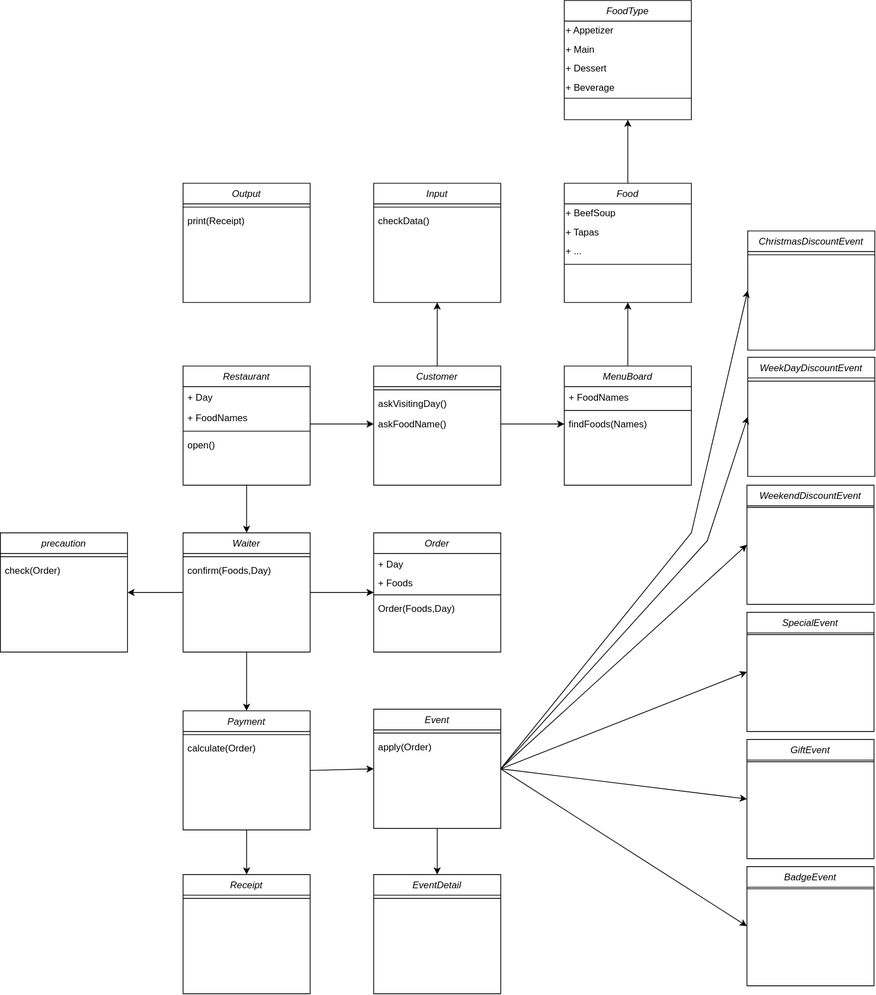
kchsoft/java-christmas-6-kchsoft keeps this draw.io diagram as docs/ClassDiagram.drawio.svg. Above is the earlier version. Source tidied: cells renumbered, new cells last; positions are measured from the earlier drawing's top-left corner, leaving out a move shared by most shapes.
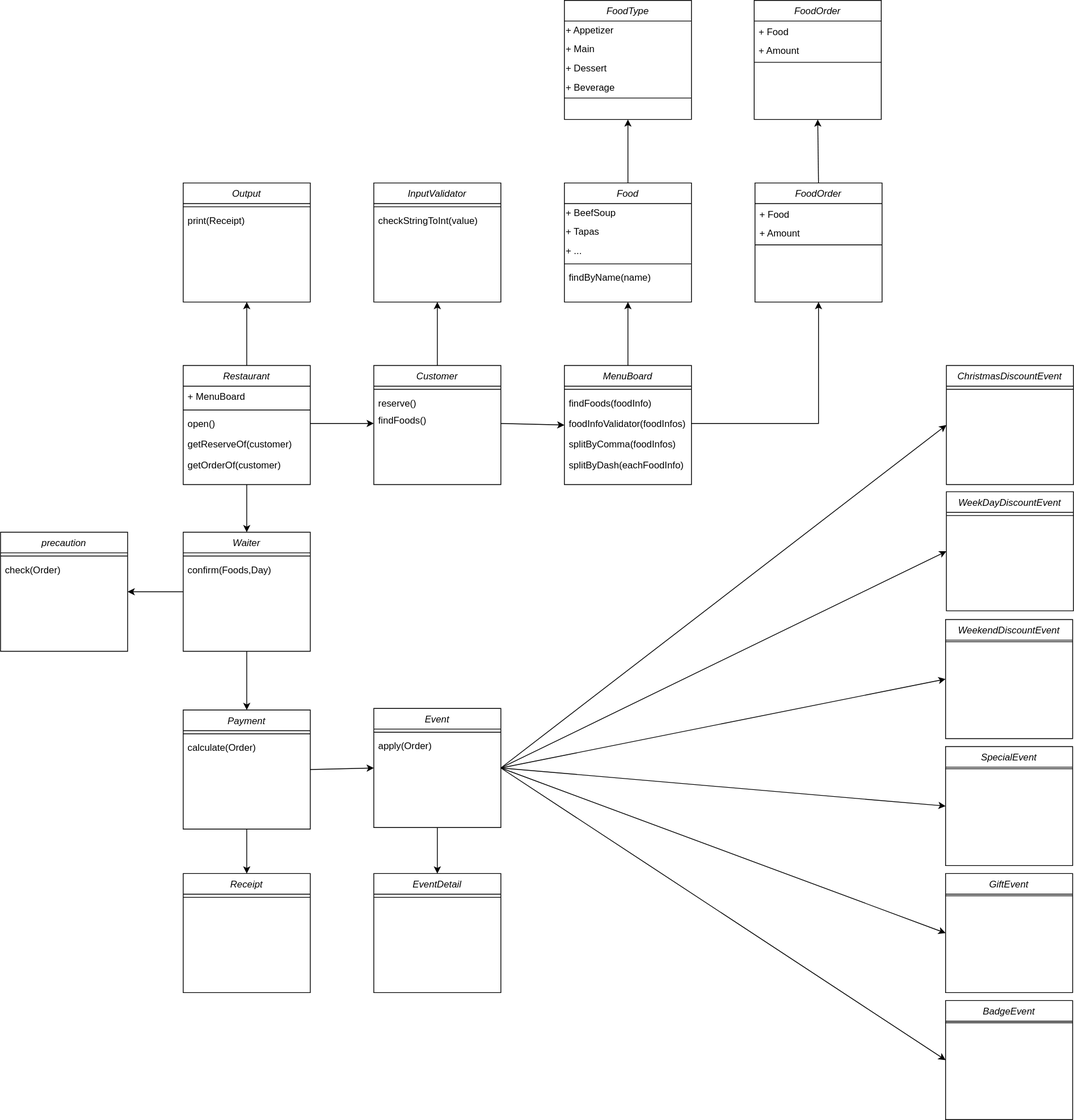
The same file after the commit.

Commit message:
docs(design) : modify class diagram

- Reflect object relationship

Change to the diagram source:
```diff
@@ -5,51 +5,60 @@
     <mxCell id="2" value="Restaurant" style="swimlane;fontStyle=2;align=center;verticalAlign=top;horizontal=1;startSize=26;rounded=0;shadow=0;strokeWidth=1;" parent="1" vertex="1">
       <mxGeometry x="230" y="460" width="160" height="150" as="geometry" />
     </mxCell>
-    <mxCell id="3" value="+ Day" style="text;align=left;verticalAlign=top;spacingLeft=4;spacingRight=4;overflow=hidden;" parent="2" vertex="1">
-      <mxGeometry y="26" width="160" height="26" as="geometry" />
-    </mxCell>
-    <mxCell id="4" value="+ FoodNames" style="text;align=left;verticalAlign=top;spacingLeft=4;spacingRight=4;overflow=hidden;points=[[0,0.5],[1,0.5]];portConstraint=eastwest;rounded=0;shadow=0;html=0;" parent="2" vertex="1">
-      <mxGeometry y="52" width="160" height="26" as="geometry" />
+    <mxCell id="4" value="+ MenuBoard" style="text;align=left;verticalAlign=top;spacingLeft=4;spacingRight=4;overflow=hidden;points=[[0,0.5],[1,0.5]];portConstraint=eastwest;rounded=0;shadow=0;html=0;" parent="2" vertex="1">
+      <mxGeometry y="26" width="160" height="26" as="geometry" />
     </mxCell>
     <mxCell id="5" style="line;html=1;strokeWidth=1;align=left;verticalAlign=middle;spacingTop=-1;spacingLeft=3;spacingRight=3;labelPosition=right;" parent="2" vertex="1">
-      <mxGeometry y="78" width="160" height="8" as="geometry" />
+      <mxGeometry y="52" width="160" height="8" as="geometry" />
     </mxCell>
     <mxCell id="6" value="open()" style="text;align=left;verticalAlign=top;spacingLeft=4;spacingRight=4;overflow=hidden;points=[[0,0.5],[1,0.5]];portConstraint=eastwest;" parent="2" vertex="1">
-      <mxGeometry y="86" width="160" height="26" as="geometry" />
+      <mxGeometry y="60" width="160" height="26" as="geometry" />
     </mxCell>
+    <mxCell id="83" value="getReserveOf(customer)" style="text;align=left;verticalAlign=top;spacingLeft=4;spacingRight=4;overflow=hidden;" parent="2" vertex="1">
+      <mxGeometry y="86" width="160" height="26" as="geometry" />
+    </mxCell>
+    <mxCell id="84" value="getOrderOf(customer)" style="text;align=left;verticalAlign=top;spacingLeft=4;spacingRight=4;overflow=hidden;" parent="2" vertex="1">
+      <mxGeometry y="112" width="160" height="26" as="geometry" />
+    </mxCell>
     <mxCell id="7" value="Customer" style="swimlane;fontStyle=2;align=center;verticalAlign=top;horizontal=1;startSize=26;rounded=0;shadow=0;strokeWidth=1;" parent="1" vertex="1">
       <mxGeometry x="470" y="460" width="160" height="150" as="geometry" />
     </mxCell>
     <mxCell id="8" style="line;html=1;strokeWidth=1;align=left;verticalAlign=middle;spacingTop=-1;spacingLeft=3;spacingRight=3;labelPosition=right;" parent="7" vertex="1">
       <mxGeometry y="26" width="160" height="8" as="geometry" />
     </mxCell>
-    <mxCell id="9" value="askVisitingDay()" style="text;align=left;verticalAlign=top;spacingLeft=4;spacingRight=4;overflow=hidden;" parent="7" vertex="1">
-      <mxGeometry y="34" width="160" height="26" as="geometry" />
-    </mxCell>
+    <mxCell id="85" value="reserve()" style="text;align=left;verticalAlign=top;spacingLeft=4;spacingRight=4;overflow=hidden;" parent="7" vertex="1">
+      <mxGeometry y="34" width="160" height="22" as="geometry" />
+    </mxCell>
-    <mxCell id="10" value="askFoodName()" style="text;align=left;verticalAlign=top;spacingLeft=4;spacingRight=4;overflow=hidden;points=[[0,0.5],[1,0.5]];portConstraint=eastwest;" parent="7" vertex="1">
-      <mxGeometry y="60" width="160" height="26" as="geometry" />
+    <mxCell id="10" value="findFoods()" style="text;align=left;verticalAlign=top;spacingLeft=4;spacingRight=4;overflow=hidden;points=[[0,0.5],[1,0.5]];portConstraint=eastwest;" parent="7" vertex="1">
+      <mxGeometry y="56" width="160" height="26" as="geometry" />
     </mxCell>
-    <mxCell id="11" value="Input" style="swimlane;fontStyle=2;align=center;verticalAlign=top;horizontal=1;startSize=26;rounded=0;shadow=0;strokeWidth=1;" parent="1" vertex="1">
+    <mxCell id="11" value="InputValidator" style="swimlane;fontStyle=2;align=center;verticalAlign=top;horizontal=1;startSize=26;rounded=0;shadow=0;strokeWidth=1;" parent="1" vertex="1">
       <mxGeometry x="470" y="230" width="160" height="150" as="geometry" />
     </mxCell>
     <mxCell id="12" style="line;html=1;strokeWidth=1;align=left;verticalAlign=middle;spacingTop=-1;spacingLeft=3;spacingRight=3;labelPosition=right;" parent="11" vertex="1">
       <mxGeometry y="26" width="160" height="8" as="geometry" />
     </mxCell>
-    <mxCell id="13" value="checkData()" style="text;align=left;verticalAlign=top;spacingLeft=4;spacingRight=4;overflow=hidden;" parent="11" vertex="1">
+    <mxCell id="13" value="checkStringToInt(value)" style="text;align=left;verticalAlign=top;spacingLeft=4;spacingRight=4;overflow=hidden;" parent="11" vertex="1">
       <mxGeometry y="34" width="160" height="26" as="geometry" />
     </mxCell>
     <mxCell id="14" value="MenuBoard" style="swimlane;fontStyle=2;align=center;verticalAlign=top;horizontal=1;startSize=26;rounded=0;shadow=0;strokeWidth=1;" parent="1" vertex="1">
       <mxGeometry x="710" y="460" width="160" height="150" as="geometry" />
     </mxCell>
-    <mxCell id="15" value="+ FoodNames" style="text;align=left;verticalAlign=top;spacingLeft=4;spacingRight=4;overflow=hidden;" parent="14" vertex="1">
-      <mxGeometry y="26" width="160" height="26" as="geometry" />
-    </mxCell>
     <mxCell id="16" style="line;html=1;strokeWidth=1;align=left;verticalAlign=middle;spacingTop=-1;spacingLeft=3;spacingRight=3;labelPosition=right;" parent="14" vertex="1">
-      <mxGeometry y="52" width="160" height="8" as="geometry" />
+      <mxGeometry y="26" width="160" height="8" as="geometry" />
     </mxCell>
-    <mxCell id="17" value="findFoods(Names)" style="text;align=left;verticalAlign=top;spacingLeft=4;spacingRight=4;overflow=hidden;points=[[0,0.5],[1,0.5]];portConstraint=eastwest;" parent="14" vertex="1">
-      <mxGeometry y="60" width="160" height="26" as="geometry" />
+    <mxCell id="17" value="findFoods(foodInfo)" style="text;align=left;verticalAlign=top;spacingLeft=4;spacingRight=4;overflow=hidden;points=[[0,0.5],[1,0.5]];portConstraint=eastwest;" parent="14" vertex="1">
+      <mxGeometry y="34" width="160" height="26" as="geometry" />
     </mxCell>
+    <mxCell id="86" value="foodInfoValidator(foodInfos)" style="text;align=left;verticalAlign=top;spacingLeft=4;spacingRight=4;overflow=hidden;points=[[0,0.5],[1,0.5]];portConstraint=eastwest;" parent="14" vertex="1">
+      <mxGeometry y="60" width="160" height="26" as="geometry" />
+    </mxCell>
+    <mxCell id="87" value="splitByComma(foodInfos)" style="text;align=left;verticalAlign=top;spacingLeft=4;spacingRight=4;overflow=hidden;" parent="14" vertex="1">
+      <mxGeometry y="86" width="160" height="26" as="geometry" />
+    </mxCell>
+    <mxCell id="88" value="splitByDash(eachFoodInfo)" style="text;align=left;verticalAlign=top;spacingLeft=4;spacingRight=4;overflow=hidden;" parent="14" vertex="1">
+      <mxGeometry y="112" width="160" height="26" as="geometry" />
+    </mxCell>
     <mxCell id="18" value="Food" style="swimlane;fontStyle=2;align=center;verticalAlign=top;horizontal=1;startSize=26;rounded=0;shadow=0;strokeWidth=1;" parent="1" vertex="1">
       <mxGeometry x="710" y="230" width="160" height="150" as="geometry" />
     </mxCell>
@@ -65,6 +74,9 @@
     <mxCell id="22" style="line;html=1;strokeWidth=1;align=left;verticalAlign=middle;spacingTop=-1;spacingLeft=3;spacingRight=3;labelPosition=right;" parent="18" vertex="1">
       <mxGeometry y="98" width="160" height="8" as="geometry" />
     </mxCell>
+    <mxCell id="89" value="findByName(name)" style="text;align=left;verticalAlign=top;spacingLeft=4;spacingRight=4;overflow=hidden;" parent="18" vertex="1">
+      <mxGeometry y="106" width="160" height="26" as="geometry" />
+    </mxCell>
     <mxCell id="23" value="FoodType" style="swimlane;fontStyle=2;align=center;verticalAlign=top;horizontal=1;startSize=26;rounded=0;shadow=0;strokeWidth=1;" parent="1" vertex="1">
       <mxGeometry x="710" width="160" height="150" as="geometry" />
     </mxCell>
@@ -92,21 +104,18 @@
     <mxCell id="31" value="confirm(Foods,Day)" style="text;align=left;verticalAlign=top;spacingLeft=4;spacingRight=4;overflow=hidden;" parent="29" vertex="1">
       <mxGeometry y="34" width="160" height="26" as="geometry" />
     </mxCell>
-    <mxCell id="32" value="Order" style="swimlane;fontStyle=2;align=center;verticalAlign=top;horizontal=1;startSize=26;rounded=0;shadow=0;strokeWidth=1;" parent="1" vertex="1">
-      <mxGeometry x="470" y="670" width="160" height="150" as="geometry" />
+    <mxCell id="32" value="FoodOrder" style="swimlane;fontStyle=2;align=center;verticalAlign=top;horizontal=1;startSize=26;rounded=0;shadow=0;strokeWidth=1;" parent="1" vertex="1">
+      <mxGeometry x="950" y="230" width="160" height="150" as="geometry" />
     </mxCell>
-    <mxCell id="33" value="+ Day" style="text;align=left;verticalAlign=top;spacingLeft=4;spacingRight=4;overflow=hidden;strokeWidth=1;fontSize=12;" parent="32" vertex="1">
+    <mxCell id="33" value="+ Food" style="text;align=left;verticalAlign=top;spacingLeft=4;spacingRight=4;overflow=hidden;strokeWidth=1;fontSize=12;" parent="32" vertex="1">
       <mxGeometry y="26" width="160" height="24" as="geometry" />
     </mxCell>
-    <mxCell id="34" value="+ Foods" style="text;align=left;verticalAlign=top;spacingLeft=4;spacingRight=4;overflow=hidden;strokeWidth=1;fontSize=12;" parent="32" vertex="1">
+    <mxCell id="34" value="+ Amount" style="text;align=left;verticalAlign=top;spacingLeft=4;spacingRight=4;overflow=hidden;strokeWidth=1;fontSize=12;" parent="32" vertex="1">
       <mxGeometry y="50" width="160" height="24" as="geometry" />
     </mxCell>
     <mxCell id="35" style="line;html=1;strokeWidth=1;align=left;verticalAlign=middle;spacingTop=-1;spacingLeft=3;spacingRight=3;labelPosition=right;" parent="32" vertex="1">
       <mxGeometry y="74" width="160" height="8" as="geometry" />
     </mxCell>
-    <mxCell id="36" value="Order(Foods,Day)" style="text;align=left;verticalAlign=top;spacingLeft=4;spacingRight=4;overflow=hidden;" parent="32" vertex="1">
-      <mxGeometry y="82" width="160" height="26" as="geometry" />
-    </mxCell>
     <mxCell id="37" value="precaution" style="swimlane;fontStyle=2;align=center;verticalAlign=top;horizontal=1;startSize=26;rounded=0;shadow=0;strokeWidth=1;" parent="1" vertex="1">
       <mxGeometry y="670" width="160" height="150" as="geometry" />
     </mxCell>
@@ -147,46 +156,50 @@
       <mxGeometry y="26" width="160" height="8" as="geometry" />
     </mxCell>
     <mxCell id="50" value="WeekDayDiscountEvent" style="swimlane;fontStyle=2;align=center;verticalAlign=top;horizontal=1;startSize=26;rounded=0;shadow=0;strokeWidth=1;" parent="1" vertex="1">
-      <mxGeometry x="941" y="449" width="160" height="150" as="geometry" />
+      <mxGeometry x="1191" y="619" width="160" height="150" as="geometry" />
     </mxCell>
     <mxCell id="51" style="line;html=1;strokeWidth=1;align=left;verticalAlign=middle;spacingTop=-1;spacingLeft=3;spacingRight=3;labelPosition=right;" parent="50" vertex="1">
       <mxGeometry y="26" width="160" height="8" as="geometry" />
     </mxCell>
     <mxCell id="52" value="ChristmasDiscountEvent" style="swimlane;fontStyle=2;align=center;verticalAlign=top;horizontal=1;startSize=26;rounded=0;shadow=0;strokeWidth=1;" parent="1" vertex="1">
-      <mxGeometry x="941" y="290" width="160" height="150" as="geometry" />
+      <mxGeometry x="1191" y="460" width="160" height="150" as="geometry" />
     </mxCell>
     <mxCell id="53" style="line;html=1;strokeWidth=1;align=left;verticalAlign=middle;spacingTop=-1;spacingLeft=3;spacingRight=3;labelPosition=right;" parent="52" vertex="1">
       <mxGeometry y="26" width="160" height="8" as="geometry" />
     </mxCell>
     <mxCell id="54" value="WeekendDiscountEvent" style="swimlane;fontStyle=2;align=center;verticalAlign=top;horizontal=1;startSize=26;rounded=0;shadow=0;strokeWidth=1;" parent="1" vertex="1">
-      <mxGeometry x="940" y="610" width="160" height="150" as="geometry" />
+      <mxGeometry x="1190" y="780" width="160" height="150" as="geometry" />
     </mxCell>
     <mxCell id="55" style="line;html=1;strokeWidth=1;align=left;verticalAlign=middle;spacingTop=-1;spacingLeft=3;spacingRight=3;labelPosition=right;" parent="54" vertex="1">
       <mxGeometry y="26" width="160" height="4" as="geometry" />
     </mxCell>
     <mxCell id="56" value="GiftEvent" style="swimlane;fontStyle=2;align=center;verticalAlign=top;horizontal=1;startSize=26;rounded=0;shadow=0;strokeWidth=1;" parent="1" vertex="1">
-      <mxGeometry x="940" y="930" width="160" height="150" as="geometry" />
+      <mxGeometry x="1190" y="1100" width="160" height="150" as="geometry" />
     </mxCell>
     <mxCell id="57" style="line;html=1;strokeWidth=1;align=left;verticalAlign=middle;spacingTop=-1;spacingLeft=3;spacingRight=3;labelPosition=right;" parent="56" vertex="1">
       <mxGeometry y="26" width="160" height="4" as="geometry" />
     </mxCell>
     <mxCell id="58" value="BadgeEvent" style="swimlane;fontStyle=2;align=center;verticalAlign=top;horizontal=1;startSize=26;rounded=0;shadow=0;strokeWidth=1;" parent="1" vertex="1">
-      <mxGeometry x="940" y="1090" width="160" height="150" as="geometry" />
+      <mxGeometry x="1190" y="1260" width="160" height="150" as="geometry" />
     </mxCell>
     <mxCell id="59" style="line;html=1;strokeWidth=1;align=left;verticalAlign=middle;spacingTop=-1;spacingLeft=3;spacingRight=3;labelPosition=right;" parent="58" vertex="1">
       <mxGeometry y="26" width="160" height="4" as="geometry" />
     </mxCell>
     <mxCell id="60" value="SpecialEvent" style="swimlane;fontStyle=2;align=center;verticalAlign=top;horizontal=1;startSize=26;rounded=0;shadow=0;strokeWidth=1;" parent="1" vertex="1">
-      <mxGeometry x="940" y="770" width="160" height="150" as="geometry" />
+      <mxGeometry x="1190" y="940" width="160" height="150" as="geometry" />
     </mxCell>
     <mxCell id="61" style="line;html=1;strokeWidth=1;align=left;verticalAlign=middle;spacingTop=-1;spacingLeft=3;spacingRight=3;labelPosition=right;" parent="60" vertex="1">
       <mxGeometry y="26" width="160" height="4" as="geometry" />
     </mxCell>
-    <mxCell id="62" style="endArrow=classic;html=1;rounded=0;exitX=1.002;exitY=0.809;exitDx=0;exitDy=0;exitPerimeter=0;entryX=0;entryY=0.5;entryDx=0;entryDy=0;" parent="1" edge="1" source="4" target="10">
-      <mxGeometry relative="1" as="geometry" />
+    <mxCell id="62" style="endArrow=classic;html=1;rounded=0;exitX=1;exitY=0.5;exitDx=0;exitDy=0;entryX=0;entryY=0.5;entryDx=0;entryDy=0;" parent="1" edge="1" source="6">
+      <mxGeometry relative="1" as="geometry">
+        <mxPoint x="470" y="533" as="targetPoint" />
+      </mxGeometry>
     </mxCell>
-    <mxCell id="63" style="endArrow=classic;html=1;rounded=0;exitX=1;exitY=0.5;exitDx=0;exitDy=0;entryX=0;entryY=0.5;entryDx=0;entryDy=0;" parent="1" edge="1" source="10" target="17">
-      <mxGeometry relative="1" as="geometry" />
+    <mxCell id="63" style="endArrow=classic;html=1;rounded=0;exitX=1;exitY=0.5;exitDx=0;exitDy=0;entryX=0;entryY=0.5;entryDx=0;entryDy=0;" parent="1" edge="1" target="14">
+      <mxGeometry relative="1" as="geometry">
+        <mxPoint x="630" y="533" as="sourcePoint" />
+      </mxGeometry>
     </mxCell>
     <mxCell id="64" style="endArrow=classic;html=1;rounded=0;entryX=0.5;entryY=1;entryDx=0;entryDy=0;exitX=0.5;exitY=0;exitDx=0;exitDy=0;" parent="1" edge="1" source="7" target="11">
       <mxGeometry relative="1" as="geometry" />
@@ -203,11 +216,6 @@
     <mxCell id="68" style="endArrow=classic;html=1;rounded=0;exitX=0.5;exitY=1;exitDx=0;exitDy=0;entryX=0.5;entryY=0;entryDx=0;entryDy=0;" parent="1" edge="1" source="29" target="40">
       <mxGeometry relative="1" as="geometry" />
     </mxCell>
-    <mxCell id="69" style="endArrow=classic;html=1;rounded=0;exitX=1;exitY=0.5;exitDx=0;exitDy=0;" parent="1" edge="1" source="29">
-      <mxGeometry relative="1" as="geometry">
-        <mxPoint x="470" y="745" as="targetPoint" />
-      </mxGeometry>
-    </mxCell>
     <mxCell id="70" style="endArrow=classic;html=1;rounded=0;entryX=1;entryY=0.5;entryDx=0;entryDy=0;exitX=0;exitY=0.5;exitDx=0;exitDy=0;" parent="1" edge="1" source="29" target="37">
       <mxGeometry relative="1" as="geometry" />
     </mxCell>
@@ -230,18 +238,10 @@
       <mxGeometry relative="1" as="geometry" />
     </mxCell>
     <mxCell id="77" style="endArrow=classic;html=1;rounded=0;exitX=1;exitY=0.5;exitDx=0;exitDy=0;entryX=0;entryY=0.5;entryDx=0;entryDy=0;" parent="1" edge="1" source="43" target="52">
-      <mxGeometry relative="1" as="geometry">
-        <Array as="points">
-          <mxPoint x="870" y="670" />
-        </Array>
-      </mxGeometry>
+      <mxGeometry relative="1" as="geometry" />
     </mxCell>
     <mxCell id="78" style="endArrow=classic;html=1;rounded=0;exitX=1;exitY=0.5;exitDx=0;exitDy=0;entryX=0;entryY=0.5;entryDx=0;entryDy=0;" parent="1" edge="1" source="43" target="50">
-      <mxGeometry relative="1" as="geometry">
-        <Array as="points">
-          <mxPoint x="890" y="680" />
-        </Array>
-      </mxGeometry>
+      <mxGeometry relative="1" as="geometry" />
     </mxCell>
     <mxCell id="79" style="endArrow=classic;html=1;rounded=0;exitX=1;exitY=0.5;exitDx=0;exitDy=0;entryX=0;entryY=0.5;entryDx=0;entryDy=0;" parent="1" edge="1" source="43" target="54">
       <mxGeometry relative="1" as="geometry" />
@@ -255,5 +255,30 @@
     <mxCell id="82" style="endArrow=classic;html=1;rounded=0;exitX=1;exitY=0.5;exitDx=0;exitDy=0;entryX=0;entryY=0.5;entryDx=0;entryDy=0;" parent="1" edge="1" source="43" target="58">
       <mxGeometry relative="1" as="geometry" />
     </mxCell>
+    <mxCell id="90" style="endArrow=classic;html=1;rounded=0;entryX=0.5;entryY=1;entryDx=0;entryDy=0;exitX=0.5;exitY=0;exitDx=0;exitDy=0;" parent="1" edge="1" source="2" target="71">
+      <mxGeometry relative="1" as="geometry" />
+    </mxCell>
+    <mxCell id="91" style="endArrow=classic;html=1;rounded=0;exitX=1;exitY=0.5;exitDx=0;exitDy=0;entryX=0.5;entryY=1;entryDx=0;entryDy=0;" parent="1" edge="1" source="86" target="32">
+      <mxGeometry relative="1" as="geometry">
+        <Array as="points">
+          <mxPoint x="1030" y="533" />
+        </Array>
+      </mxGeometry>
+    </mxCell>
+    <mxCell id="92" value="FoodOrder" style="swimlane;fontStyle=2;align=center;verticalAlign=top;horizontal=1;startSize=26;rounded=0;shadow=0;strokeWidth=1;" parent="1" vertex="1">
+      <mxGeometry x="949" width="160" height="150" as="geometry" />
+    </mxCell>
+    <mxCell id="93" value="+ Food" style="text;align=left;verticalAlign=top;spacingLeft=4;spacingRight=4;overflow=hidden;strokeWidth=1;fontSize=12;" parent="92" vertex="1">
+      <mxGeometry y="26" width="160" height="24" as="geometry" />
+    </mxCell>
+    <mxCell id="94" value="+ Amount" style="text;align=left;verticalAlign=top;spacingLeft=4;spacingRight=4;overflow=hidden;strokeWidth=1;fontSize=12;" parent="92" vertex="1">
+      <mxGeometry y="50" width="160" height="24" as="geometry" />
+    </mxCell>
+    <mxCell id="95" style="line;html=1;strokeWidth=1;align=left;verticalAlign=middle;spacingTop=-1;spacingLeft=3;spacingRight=3;labelPosition=right;" parent="92" vertex="1">
+      <mxGeometry y="74" width="160" height="8" as="geometry" />
+    </mxCell>
+    <mxCell id="96" style="endArrow=classic;html=1;rounded=0;entryX=0.5;entryY=1;entryDx=0;entryDy=0;exitX=0.5;exitY=0;exitDx=0;exitDy=0;" parent="1" edge="1" source="32" target="92">
+      <mxGeometry relative="1" as="geometry" />
+    </mxCell>
   </root>
 </mxGraphModel>
```
